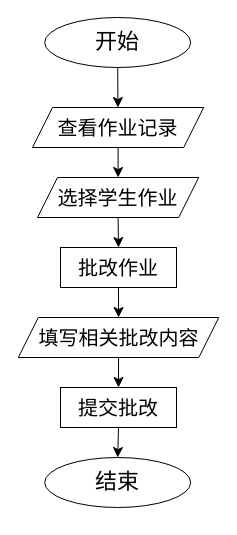
The draw.io diagram page "批改作业流程图" (34 of 47) of 系统结构图.drawio in yuglei/design, before the edit. Source tidied: cells renumbered, new cells numbered last; positions are measured from the earlier drawing's top-left corner, leaving out a move shared by most shapes. Both pictures are drawn from the tidied source at 100%, with x=0, y=0 at pixel (18, 17).
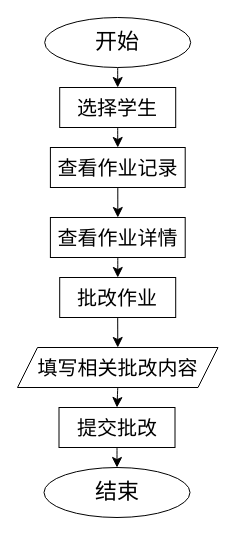
The same page after the edit.

Diff of the diagram source:
```diff
@@
 <mxGraphModel>
   <root>
     <mxCell id="0" />
     <mxCell id="1" parent="0" />
-    <mxCell id="2" style="edgeStyle=none;curved=1;rounded=0;jettySize=auto;html=1;exitX=0.5;exitY=1;exitDx=0;exitDy=0;fontSize=12;startSize=8;endSize=8;" parent="1" edge="1" source="3" target="5">
-      <mxGeometry relative="1" as="geometry" />
-    </mxCell>
+    <mxCell id="15" style="edgeStyle=none;curved=1;rounded=0;jettySize=auto;html=1;exitX=0.5;exitY=1;exitDx=0;exitDy=0;fontSize=12;startSize=8;endSize=8;" parent="1" edge="1" source="3" target="18">
+      <mxGeometry relative="1" as="geometry" />
+    </mxCell>
     <mxCell id="3" value="&lt;font style=&quot;font-size: 22px;&quot;&gt;开始&lt;/font&gt;" style="ellipse;whiteSpace=wrap;html=1;" parent="1" vertex="1">
       <mxGeometry x="26.2" width="146" height="50" as="geometry" />
     </mxCell>
-    <mxCell id="4" style="edgeStyle=none;curved=1;rounded=0;jettySize=auto;html=1;exitX=0.5;exitY=1;exitDx=0;exitDy=0;fontSize=12;startSize=8;endSize=8;" parent="1" edge="1" source="5" target="8">
-      <mxGeometry relative="1" as="geometry" />
-    </mxCell>
-    <mxCell id="5" value="&lt;span style=&quot;font-size: 20px;&quot;&gt;查看作业记录&lt;/span&gt;" style="shape=parallelogram;perimeter=parallelogramPerimeter;whiteSpace=wrap;html=1;fixedSize=1;" parent="1" vertex="1">
-      <mxGeometry x="14" y="90" width="171.2" height="40" as="geometry" />
-    </mxCell>
     <mxCell id="6" value="&lt;font style=&quot;font-size: 22px;&quot;&gt;结束&lt;/font&gt;" style="ellipse;whiteSpace=wrap;html=1;" parent="1" vertex="1">
-      <mxGeometry x="26.2" y="440" width="146" height="50" as="geometry" />
+      <mxGeometry x="25.5" y="450" width="146" height="50" as="geometry" />
     </mxCell>
-    <mxCell id="7" style="edgeStyle=none;curved=1;rounded=0;jettySize=auto;html=1;exitX=0.5;exitY=1;exitDx=0;exitDy=0;entryX=0.5;entryY=0;entryDx=0;entryDy=0;fontSize=12;startSize=8;endSize=8;" parent="1" edge="1" source="8" target="10">
-      <mxGeometry relative="1" as="geometry" />
-    </mxCell>
-    <mxCell id="8" value="&lt;span style=&quot;font-size: 20px;&quot;&gt;选择学生作业&lt;/span&gt;" style="shape=parallelogram;perimeter=parallelogramPerimeter;whiteSpace=wrap;html=1;fixedSize=1;" parent="1" vertex="1">
-      <mxGeometry x="19" y="160" width="161.2" height="40" as="geometry" />
-    </mxCell>
     <mxCell id="9" style="edgeStyle=none;curved=1;rounded=0;jettySize=auto;html=1;exitX=0.5;exitY=1;exitDx=0;exitDy=0;entryX=0.5;entryY=0;entryDx=0;entryDy=0;fontSize=12;startSize=8;endSize=8;" parent="1" edge="1" source="10" target="12">
       <mxGeometry relative="1" as="geometry" />
     </mxCell>
     <mxCell id="10" value="&lt;font style=&quot;font-size: 20px;&quot;&gt;批改作业&lt;/font&gt;" style="rounded=0;whiteSpace=wrap;html=1;" parent="1" vertex="1">
-      <mxGeometry x="42" y="230" width="116" height="40" as="geometry" />
+      <mxGeometry x="41.2" y="260" width="116" height="40" as="geometry" />
     </mxCell>
     <mxCell id="11" style="edgeStyle=none;curved=1;rounded=0;jettySize=auto;html=1;exitX=0.5;exitY=1;exitDx=0;exitDy=0;entryX=0.5;entryY=0;entryDx=0;entryDy=0;fontSize=12;startSize=8;endSize=8;" parent="1" edge="1" source="12" target="14">
       <mxGeometry relative="1" as="geometry" />
     </mxCell>
     <mxCell id="12" value="&lt;span style=&quot;font-size: 20px;&quot;&gt;填写相关批改内容&lt;/span&gt;" style="shape=parallelogram;perimeter=parallelogramPerimeter;whiteSpace=wrap;html=1;fixedSize=1;" parent="1" vertex="1">
-      <mxGeometry x="-0.2" y="300" width="200.5" height="40" as="geometry" />
+      <mxGeometry x="-1" y="330" width="200.5" height="40" as="geometry" />
     </mxCell>
     <mxCell id="13" style="edgeStyle=none;curved=1;rounded=0;jettySize=auto;html=1;exitX=0.5;exitY=1;exitDx=0;exitDy=0;entryX=0.5;entryY=0;entryDx=0;entryDy=0;fontSize=12;startSize=8;endSize=8;" parent="1" edge="1" source="14" target="6">
       <mxGeometry relative="1" as="geometry" />
     </mxCell>
     <mxCell id="14" value="&lt;font style=&quot;font-size: 20px;&quot;&gt;提交批改&lt;/font&gt;" style="rounded=0;whiteSpace=wrap;html=1;" parent="1" vertex="1">
-      <mxGeometry x="42" y="370" width="116" height="40" as="geometry" />
+      <mxGeometry x="40.5" y="390" width="116" height="40" as="geometry" />
     </mxCell>
+    <mxCell id="16" style="edgeStyle=none;curved=1;rounded=0;jettySize=auto;html=1;exitX=0.5;exitY=1;exitDx=0;exitDy=0;fontSize=12;startSize=8;endSize=8;entryX=0.5;entryY=0;entryDx=0;entryDy=0;" parent="1" edge="1" source="5" target="20">
+      <mxGeometry relative="1" as="geometry" />
+    </mxCell>
+    <mxCell id="5" value="&lt;font style=&quot;font-size: 20px;&quot;&gt;查看作业记录&lt;/font&gt;" style="rounded=0;whiteSpace=wrap;html=1;" parent="1" vertex="1">
+      <mxGeometry x="31.9" y="130" width="134.8" height="40" as="geometry" />
+    </mxCell>
+    <mxCell id="17" style="edgeStyle=none;curved=1;rounded=0;jettySize=auto;html=1;exitX=0.5;exitY=1;exitDx=0;exitDy=0;fontSize=12;startSize=8;endSize=8;" parent="1" edge="1" source="18" target="5">
+      <mxGeometry relative="1" as="geometry" />
+    </mxCell>
+    <mxCell id="18" value="&lt;font style=&quot;font-size: 20px;&quot;&gt;选择学生&lt;/font&gt;" style="rounded=0;whiteSpace=wrap;html=1;" parent="1" vertex="1">
+      <mxGeometry x="41.2" y="70" width="116" height="40" as="geometry" />
+    </mxCell>
+    <mxCell id="19" style="edgeStyle=none;curved=1;rounded=0;jettySize=auto;html=1;exitX=0.5;exitY=1;exitDx=0;exitDy=0;fontSize=12;startSize=8;endSize=8;" parent="1" edge="1" source="20" target="10">
+      <mxGeometry relative="1" as="geometry" />
+    </mxCell>
+    <mxCell id="20" value="&lt;span style=&quot;font-size: 20px;&quot;&gt;查看作业详情&lt;/span&gt;" style="rounded=0;whiteSpace=wrap;html=1;" parent="1" vertex="1">
+      <mxGeometry x="31.9" y="200" width="134.8" height="40" as="geometry" />
+    </mxCell>
   </root>
 </mxGraphModel>
```
